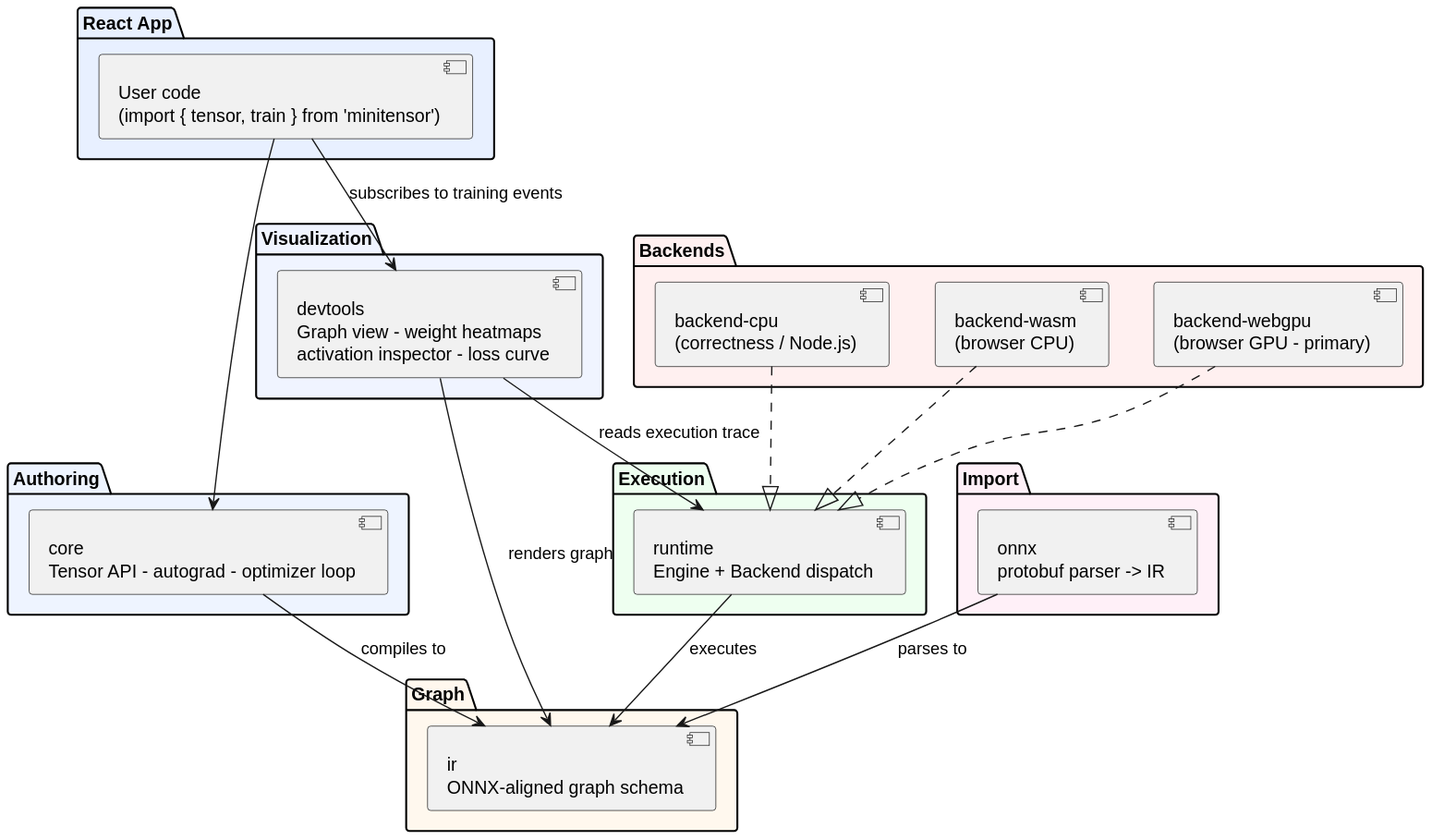
This is docs/diagrams/target-architecture.svg from hongjiaherng/webtensor, a PlantUML export, as it was before one commit. The source it was exported from:
```plantuml
@startuml
package "React App" #E8F0FF {
  [User code\n(import { tensor, train } from 'minitensor')] as usercode
}

package "Authoring" #EEF4FF {
  [core\nTensor API - autograd - optimizer loop] as core
}

package "Import" #FFF0F8 {
  [onnx\nprotobuf parser -> IR] as onnx
}

package "Graph" #FFF8EE {
  [ir\nONNX-aligned graph schema] as ir
}

package "Execution" #EEFFF0 {
  [runtime\nEngine + Backend dispatch] as runtime
}

package "Backends" #FFF0F0 {
  [backend-cpu\n(correctness / Node.js)] as cpu
  [backend-wasm\n(browser CPU)] as wasm
  [backend-webgpu\n(browser GPU - primary)] as webgpu
}

package "Visualization" #F0F4FF {
  [devtools\nGraph view - weight heatmaps\nactivation inspector - loss curve] as devtools
}

usercode --> core
usercode --> devtools : subscribes to training events
core --> ir : compiles to
onnx --> ir : parses to
runtime --> ir : executes
cpu ..|> runtime
wasm ..|> runtime
webgpu ..|> runtime
devtools --> runtime : reads execution trace
devtools --> ir : renders graph
@enduml
```
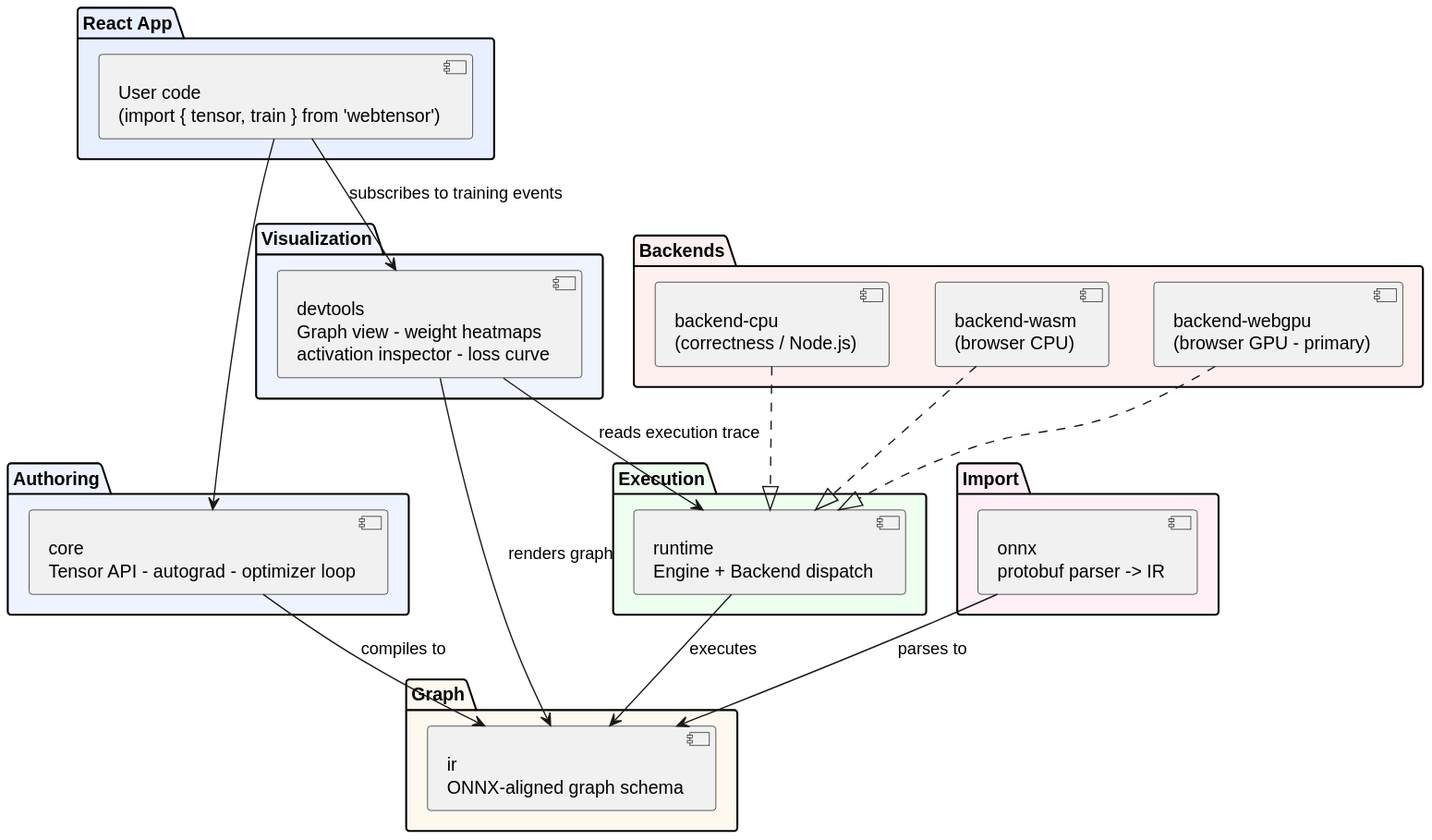
Above is the later version.

What changed in the source:
```diff
@@ -1,6 +1,6 @@
 @startuml
 package "React App" #E8F0FF {
-  [User code\n(import { tensor, train } from 'minitensor')] as usercode
+  [User code\n(import { tensor, train } from 'webtensor')] as usercode
 }
 
 package "Authoring" #EEF4FF {
```
